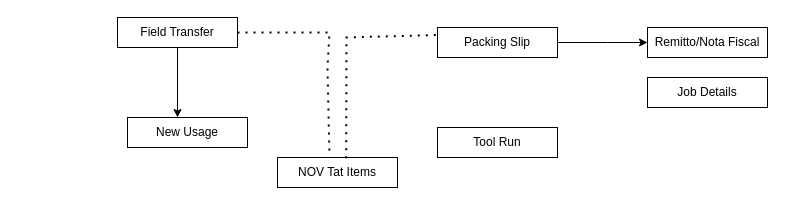
Above: page "Customer Transfer- High Level" (3 of 5) of Untitled Diagram.drawio in ajaykedar77/TAT-Application (draw.io), before the change. Source tidied: cells renumbered, new cells numbered last; positions are measured from the earlier drawing's top-left corner, leaving out a move shared by most shapes. Both pictures are drawn from the tidied source at 100%, with x=0, y=0 at pixel (117, 17).
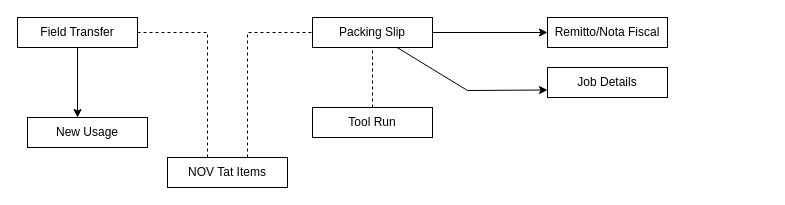
The same page after the edit.

What changed in the source:
```diff
@@
     <mxCell id="2" value="New Usage" style="rounded=0;whiteSpace=wrap;html=1;" parent="1" vertex="1">
-      <mxGeometry x="10" y="100" width="120" height="30" as="geometry" />
+      <mxGeometry x="-90" y="100" width="120" height="30" as="geometry" />
     </mxCell>
@@
     <mxCell id="4" value="Field Transfer" style="rounded=0;whiteSpace=wrap;html=1;" parent="1" vertex="1">
-      <mxGeometry width="120" height="30" as="geometry" />
+      <mxGeometry x="-100" width="120" height="30" as="geometry" />
     </mxCell>
     <mxCell id="5" value="Tool Run" style="rounded=0;whiteSpace=wrap;html=1;" parent="1" vertex="1">
-      <mxGeometry x="320" y="110" width="120" height="30" as="geometry" />
+      <mxGeometry x="195" y="90" width="120" height="30" as="geometry" />
     </mxCell>
     <mxCell id="6" style="edgeStyle=orthogonalEdgeStyle;rounded=0;jettySize=auto;html=1;entryX=0;entryY=0.5;entryDx=0;entryDy=0;" parent="1" edge="1" source="7" target="11">
       <mxGeometry relative="1" as="geometry">
         <Array as="points">
-          <mxPoint x="490" y="25" />
-          <mxPoint x="490" y="25" />
+          <mxPoint x="430" y="15" />
         </Array>
       </mxGeometry>
     </mxCell>
+    <mxCell id="13" style="edgeStyle=none;shape=connector;rounded=0;jettySize=auto;html=1;entryX=0;entryY=0.75;entryDx=0;entryDy=0;labelBackgroundColor=default;fontFamily=Helvetica;fontSize=11;fontColor=default;endArrow=classic;strokeColor=default;elbow=vertical;" parent="1" edge="1" source="7" target="12">
+      <mxGeometry relative="1" as="geometry">
+        <Array as="points">
+          <mxPoint x="350" y="73" />
+        </Array>
+      </mxGeometry>
+    </mxCell>
     <mxCell id="7" value="Packing Slip" style="rounded=0;whiteSpace=wrap;html=1;" parent="1" vertex="1">
-      <mxGeometry x="320" y="10" width="120" height="30" as="geometry" />
+      <mxGeometry x="195" width="120" height="30" as="geometry" />
     </mxCell>
     <mxCell id="8" value="NOV Tat Items" style="rounded=0;whiteSpace=wrap;html=1;" parent="1" vertex="1">
-      <mxGeometry x="160" y="140" width="120" height="30" as="geometry" />
+      <mxGeometry x="50" y="140" width="120" height="30" as="geometry" />
     </mxCell>
-    <mxCell id="9" style="endArrow=none;dashed=1;html=1;dashPattern=1 3;strokeWidth=2;rounded=0;exitX=1;exitY=0.5;exitDx=0;exitDy=0;entryX=0.433;entryY=-0.044;entryDx=0;entryDy=0;entryPerimeter=0;" parent="1" edge="1" source="4" target="8">
-      <mxGeometry relative="1" as="geometry">
-        <Array as="points">
-          <mxPoint x="212" y="15" />
-          <mxPoint x="210" y="50" />
-        </Array>
-      </mxGeometry>
-    </mxCell>
-    <mxCell id="10" style="endArrow=none;dashed=1;html=1;dashPattern=1 3;strokeWidth=2;rounded=0;entryX=0;entryY=0.25;entryDx=0;entryDy=0;exitX=0.572;exitY=0.022;exitDx=0;exitDy=0;exitPerimeter=0;" parent="1" edge="1" source="8" target="7">
-      <mxGeometry relative="1" as="geometry">
-        <Array as="points">
-          <mxPoint x="229" y="20" />
-        </Array>
-      </mxGeometry>
-    </mxCell>
     <mxCell id="11" value="Remitto/Nota Fiscal" style="rounded=0;whiteSpace=wrap;html=1;" parent="1" vertex="1">
-      <mxGeometry x="530" y="10" width="120" height="30" as="geometry" />
+      <mxGeometry x="430" width="120" height="30" as="geometry" />
     </mxCell>
     <mxCell id="12" value="Job Details" style="rounded=0;whiteSpace=wrap;html=1;" parent="1" vertex="1">
-      <mxGeometry x="530" y="60" width="120" height="30" as="geometry" />
+      <mxGeometry x="430" y="50" width="120" height="30" as="geometry" />
     </mxCell>
+    <mxCell id="14" style="endArrow=none;dashed=1;html=1;rounded=0;labelBackgroundColor=default;fontFamily=Helvetica;fontSize=11;fontColor=default;strokeColor=default;shape=connector;elbow=vertical;entryX=0.5;entryY=1;entryDx=0;entryDy=0;" parent="1" edge="1" target="7">
+      <mxGeometry relative="1" as="geometry">
+        <mxPoint x="255" y="90" as="sourcePoint" />
+      </mxGeometry>
+    </mxCell>
+    <mxCell id="15" style="endArrow=none;dashed=1;html=1;rounded=0;labelBackgroundColor=default;fontFamily=Helvetica;fontSize=11;fontColor=default;strokeColor=default;shape=connector;elbow=vertical;entryX=0;entryY=0.5;entryDx=0;entryDy=0;" parent="1" edge="1" target="7">
+      <mxGeometry relative="1" as="geometry">
+        <mxPoint x="130" y="140" as="sourcePoint" />
+        <Array as="points">
+          <mxPoint x="130" y="15" />
+        </Array>
+      </mxGeometry>
+    </mxCell>
+    <mxCell id="16" style="endArrow=none;dashed=1;html=1;rounded=0;labelBackgroundColor=default;fontFamily=Helvetica;fontSize=11;fontColor=default;strokeColor=default;shape=connector;elbow=vertical;entryX=1;entryY=0.5;entryDx=0;entryDy=0;" parent="1" edge="1" target="4">
+      <mxGeometry relative="1" as="geometry">
+        <mxPoint x="90" y="140" as="sourcePoint" />
+        <Array as="points">
+          <mxPoint x="90" y="15" />
+        </Array>
+      </mxGeometry>
+    </mxCell>
```
